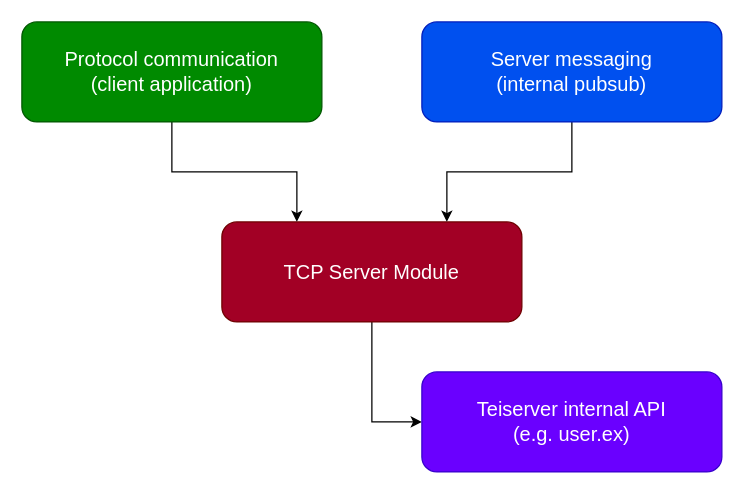
This is documents/images/tcp_server.drawio from beyond-all-reason/teiserver, a draw.io file, before an edit. Source tidied: cells renumbered, new cells numbered last; positions are measured from the earlier drawing's top-left corner, leaving out a move shared by most shapes. Both pictures are drawn from the tidied source at 125%, with x=0, y=0 at pixel (21, 21).
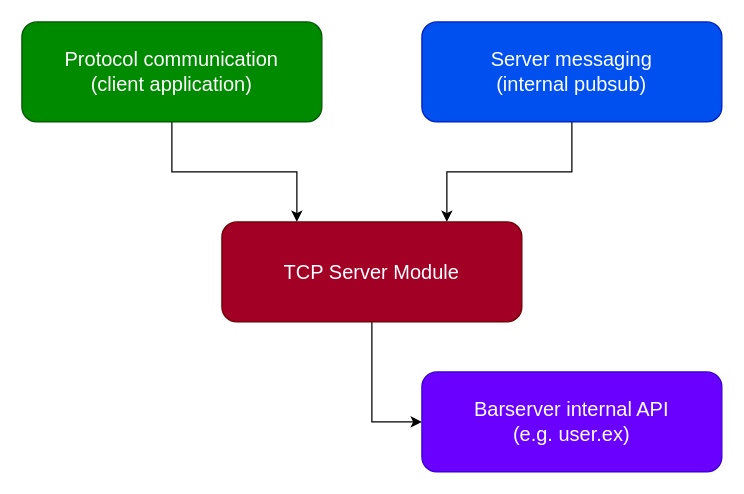
Above is the later version.

The edit, as a diff of the source:
```diff
@@
 <mxGraphModel>
   <root>
     <mxCell id="0" />
     <mxCell id="1" parent="0" />
     <mxCell id="2" style="edgeStyle=elbowEdgeStyle;rounded=0;html=1;entryX=0;entryY=0.5;entryDx=0;entryDy=0;fontSize=16;" parent="1" edge="1" source="3" target="8">
       <mxGeometry relative="1" as="geometry">
         <Array as="points">
           <mxPoint x="280" y="260" />
         </Array>
       </mxGeometry>
     </mxCell>
     <mxCell id="3" value="TCP Server Module" style="rounded=1;whiteSpace=wrap;html=1;fontSize=16;fillColor=#a20025;fontColor=#ffffff;strokeColor=#6F0000;" parent="1" vertex="1">
       <mxGeometry x="160" y="160" width="240" height="80" as="geometry" />
     </mxCell>
     <mxCell id="4" style="edgeStyle=elbowEdgeStyle;rounded=0;elbow=vertical;html=1;fontSize=18;entryX=0.25;entryY=0;entryDx=0;entryDy=0;" parent="1" edge="1" source="5" target="3">
       <mxGeometry relative="1" as="geometry" />
     </mxCell>
     <mxCell id="5" value="Protocol communication&lt;br style=&quot;font-size: 16px;&quot;&gt;(client application)" style="rounded=1;whiteSpace=wrap;html=1;fontSize=16;fillColor=#008a00;fontColor=#ffffff;strokeColor=#005700;" parent="1" vertex="1">
       <mxGeometry width="240" height="80" as="geometry" />
     </mxCell>
     <mxCell id="6" style="edgeStyle=elbowEdgeStyle;rounded=0;elbow=vertical;html=1;entryX=0.75;entryY=0;entryDx=0;entryDy=0;fontSize=18;" parent="1" edge="1" source="7" target="3">
       <mxGeometry relative="1" as="geometry" />
     </mxCell>
     <mxCell id="7" value="Server messaging&lt;br style=&quot;font-size: 16px;&quot;&gt;(internal pubsub)" style="rounded=1;whiteSpace=wrap;html=1;fontSize=16;fillColor=#0050ef;fontColor=#ffffff;strokeColor=#001DBC;" parent="1" vertex="1">
       <mxGeometry x="320" width="240" height="80" as="geometry" />
     </mxCell>
-    <mxCell id="8" value="Teiserver internal API&lt;br&gt;(e.g. user.ex)" style="rounded=1;whiteSpace=wrap;html=1;fontSize=16;fillColor=#6a00ff;fontColor=#ffffff;strokeColor=#3700CC;" parent="1" vertex="1">
+    <mxCell id="8" value="Barserver internal API&lt;br&gt;(e.g. user.ex)" style="rounded=1;whiteSpace=wrap;html=1;fontSize=16;fillColor=#6a00ff;fontColor=#ffffff;strokeColor=#3700CC;" parent="1" vertex="1">
       <mxGeometry x="320" y="280" width="240" height="80" as="geometry" />
     </mxCell>
   </root>
 </mxGraphModel>
```
